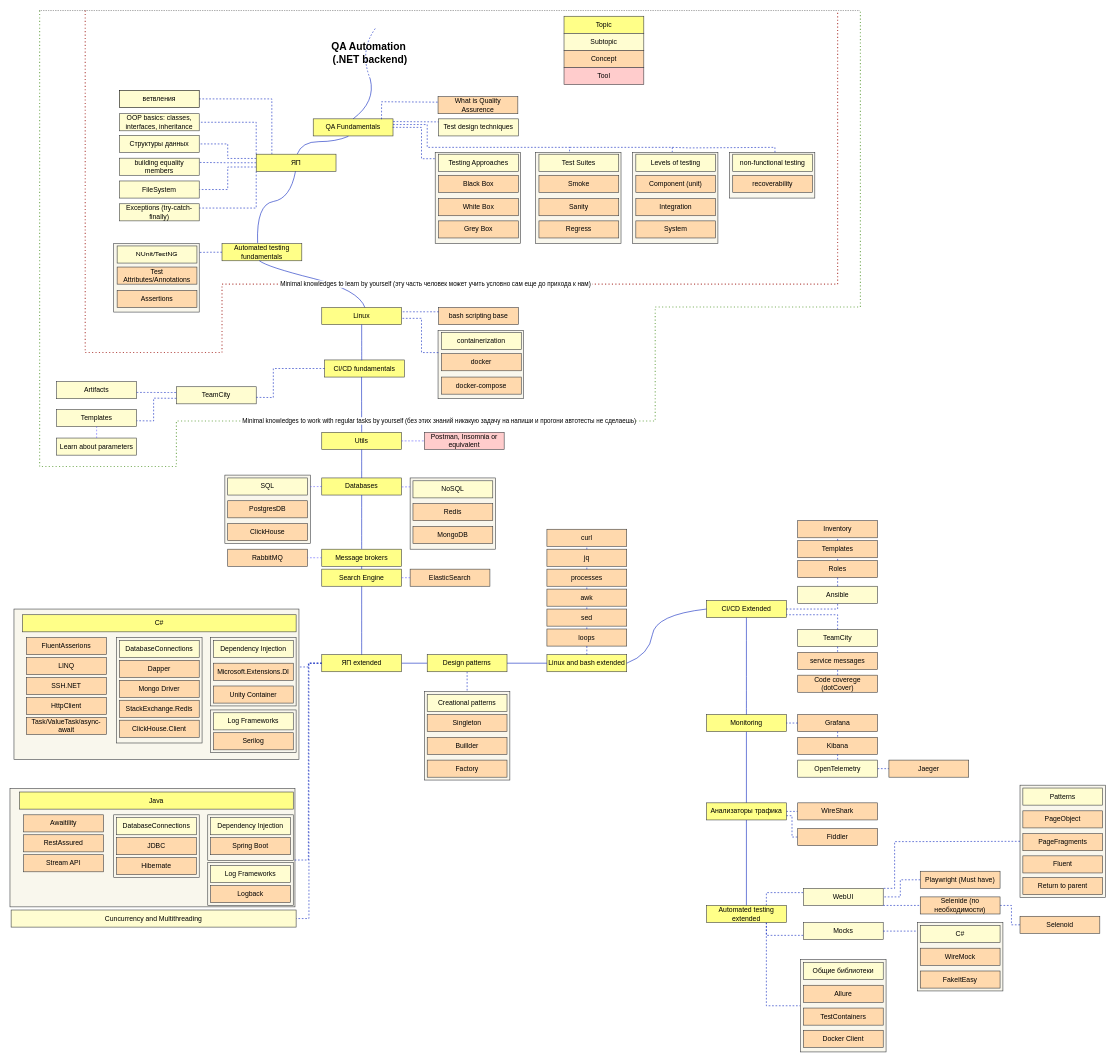
This is aqa_roadmap.drawio from mdgy/aqa-roadmap, a draw.io file, before an edit. Source tidied: cells renumbered, new cells numbered last; positions are measured from the earlier drawing's top-left corner, leaving out a move shared by most shapes. Both pictures are drawn from the tidied source at 57%, with x=0, y=0 at pixel (10, 10).
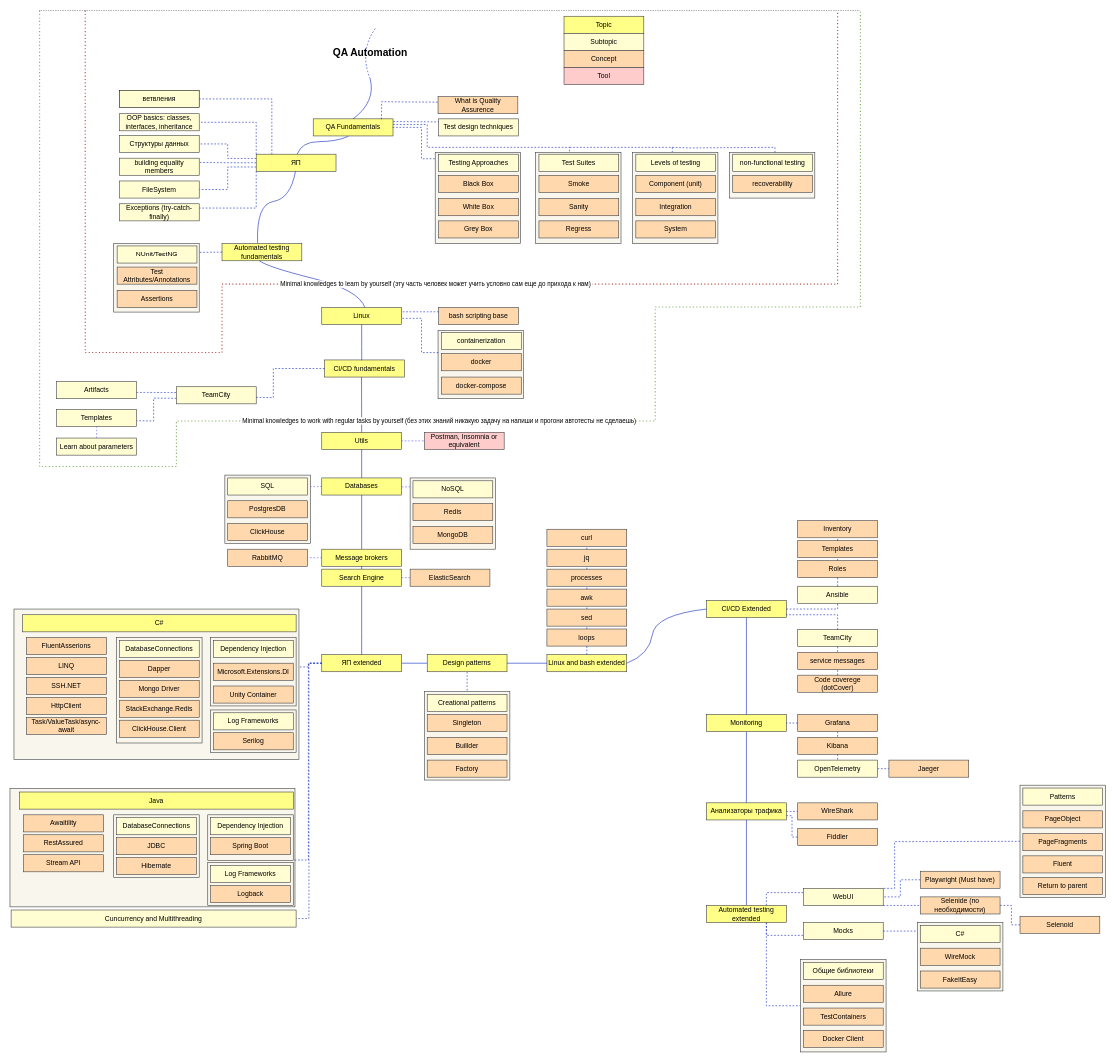
Above is the later version.

Diff of the diagram source:
```diff
@@
-    <mxCell id="13" value="&lt;b style=&quot;&quot;&gt;&lt;font style=&quot;font-size: 18px;&quot;&gt;QA Automation&amp;nbsp;&lt;br&gt;(.NET backend)&lt;/font&gt;&lt;br&gt;&lt;/b&gt;" style="text;html=1;strokeColor=none;fillColor=none;align=center;verticalAlign=middle;whiteSpace=wrap;rounded=0;" parent="1" vertex="1">
+    <mxCell id="13" value="&lt;b style=&quot;&quot;&gt;&lt;font style=&quot;font-size: 18px;&quot;&gt;QA Automation&lt;/font&gt;&lt;br&gt;&lt;/b&gt;" style="text;html=1;strokeColor=none;fillColor=none;align=center;verticalAlign=middle;whiteSpace=wrap;rounded=0;" parent="1" vertex="1">
       <mxGeometry x="562" y="50" width="140" height="50" as="geometry" />
     </mxCell>
```
